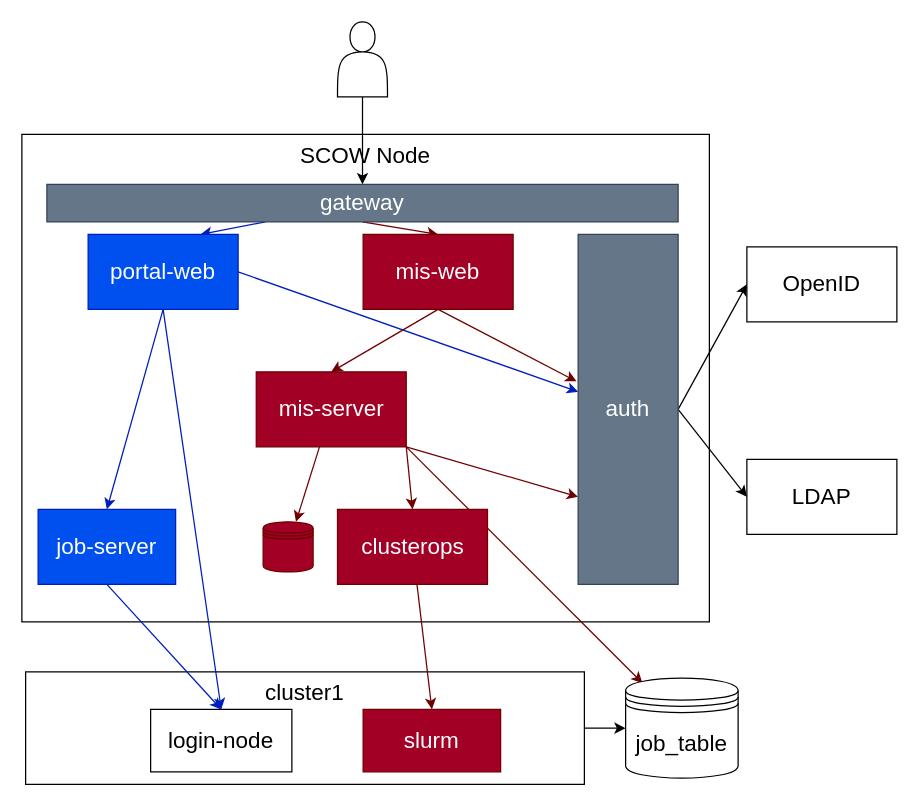
Before: docs/diagrams/architecture.dio in PKUHPC/OpenSCOW, a draw.io diagram. Source tidied: cells renumbered, new cells numbered last; positions are measured from the earlier drawing's top-left corner, leaving out a move shared by most shapes. Both pictures are drawn from the tidied source at 125%, with x=0, y=0 at pixel (21, 21).
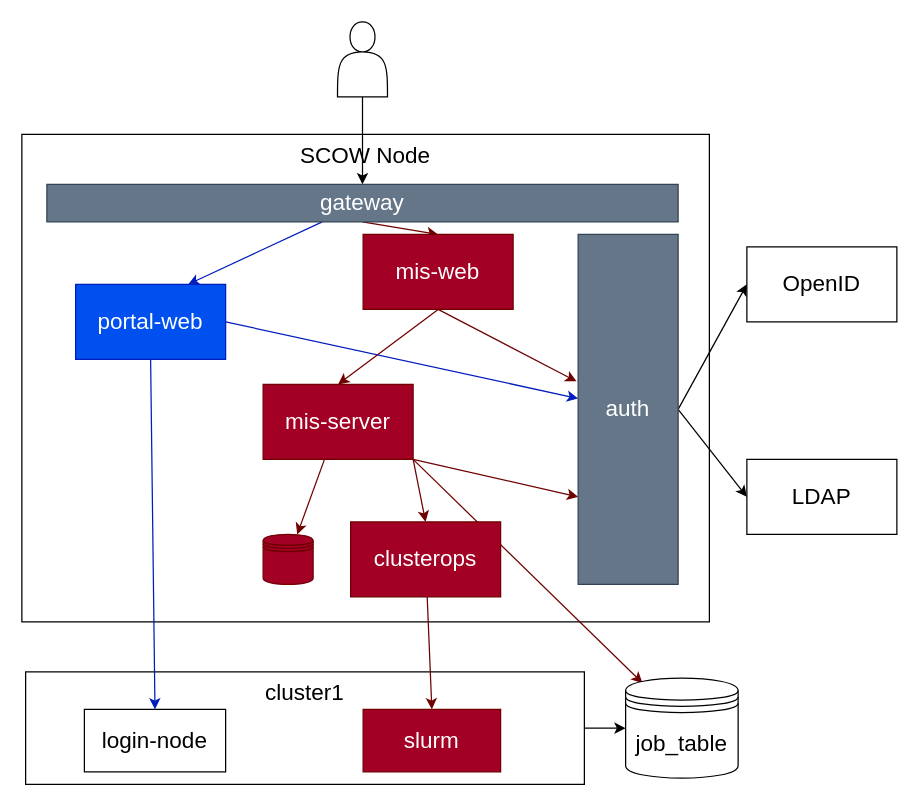
The same page after the edit.

The edit, as a diff of the source:
```diff
@@
-    <mxCell id="12" style="edgeStyle=none;html=1;exitX=0.5;exitY=1;exitDx=0;exitDy=0;entryX=0.5;entryY=0;entryDx=0;entryDy=0;fontSize=18;fillColor=#0050ef;strokeColor=#001DBC;labelBackgroundColor=none;" parent="1" edge="1" source="14" target="33">
-      <mxGeometry relative="1" as="geometry" />
-    </mxCell>
@@
     <mxCell id="14" value="portal-web" style="whiteSpace=wrap;html=1;fontSize=18;fillColor=#0050ef;fontColor=#ffffff;strokeColor=#001DBC;labelBackgroundColor=none;" parent="1" vertex="1">
-      <mxGeometry x="53" y="170" width="120" height="60" as="geometry" />
+      <mxGeometry x="43" y="210" width="120" height="60" as="geometry" />
     </mxCell>
@@
     <mxCell id="18" value="&lt;span style=&quot;font-size: 18px&quot;&gt;mis-server&lt;br&gt;&lt;/span&gt;" style="whiteSpace=wrap;html=1;fillColor=#a20025;fontColor=#ffffff;strokeColor=#6F0000;labelBackgroundColor=none;" parent="1" vertex="1">
-      <mxGeometry x="187.5" y="280" width="120" height="60" as="geometry" />
+      <mxGeometry x="193" y="290" width="120" height="60" as="geometry" />
     </mxCell>
@@
     <mxCell id="23" value="clusterops" style="whiteSpace=wrap;html=1;fontSize=18;fillColor=#a20025;fontColor=#ffffff;strokeColor=#6F0000;labelBackgroundColor=none;" parent="1" vertex="1">
-      <mxGeometry x="252.5" y="390" width="120" height="60" as="geometry" />
+      <mxGeometry x="263" y="400" width="120" height="60" as="geometry" />
     </mxCell>
@@
     <mxCell id="29" style="shape=datastore;whiteSpace=wrap;html=1;fontSize=18;fillColor=#a20025;fontColor=#ffffff;strokeColor=#6F0000;labelBackgroundColor=none;" parent="1" vertex="1">
-      <mxGeometry x="193" y="400" width="40" height="40" as="geometry" />
+      <mxGeometry x="193" y="410" width="40" height="40" as="geometry" />
     </mxCell>
@@
-    <mxCell id="32" style="edgeStyle=none;html=1;exitX=0.5;exitY=1;exitDx=0;exitDy=0;entryX=0.5;entryY=0;entryDx=0;entryDy=0;fillColor=#0050ef;strokeColor=#001DBC;labelBackgroundColor=none;" parent="1" edge="1" source="33" target="34">
-      <mxGeometry relative="1" as="geometry" />
-    </mxCell>
-    <mxCell id="33" value="job-server" style="rounded=0;whiteSpace=wrap;html=1;fontSize=18;fillColor=#0050ef;fontColor=#ffffff;strokeColor=#001DBC;labelBackgroundColor=none;" parent="1" vertex="1">
-      <mxGeometry x="13" y="390" width="110" height="60" as="geometry" />
-    </mxCell>
     <mxCell id="34" value="login-node" style="rounded=0;whiteSpace=wrap;html=1;fontSize=18;labelBackgroundColor=none;" parent="1" vertex="1">
-      <mxGeometry x="103" y="550" width="113" height="50" as="geometry" />
+      <mxGeometry x="50" y="550" width="113" height="50" as="geometry" />
     </mxCell>
```
